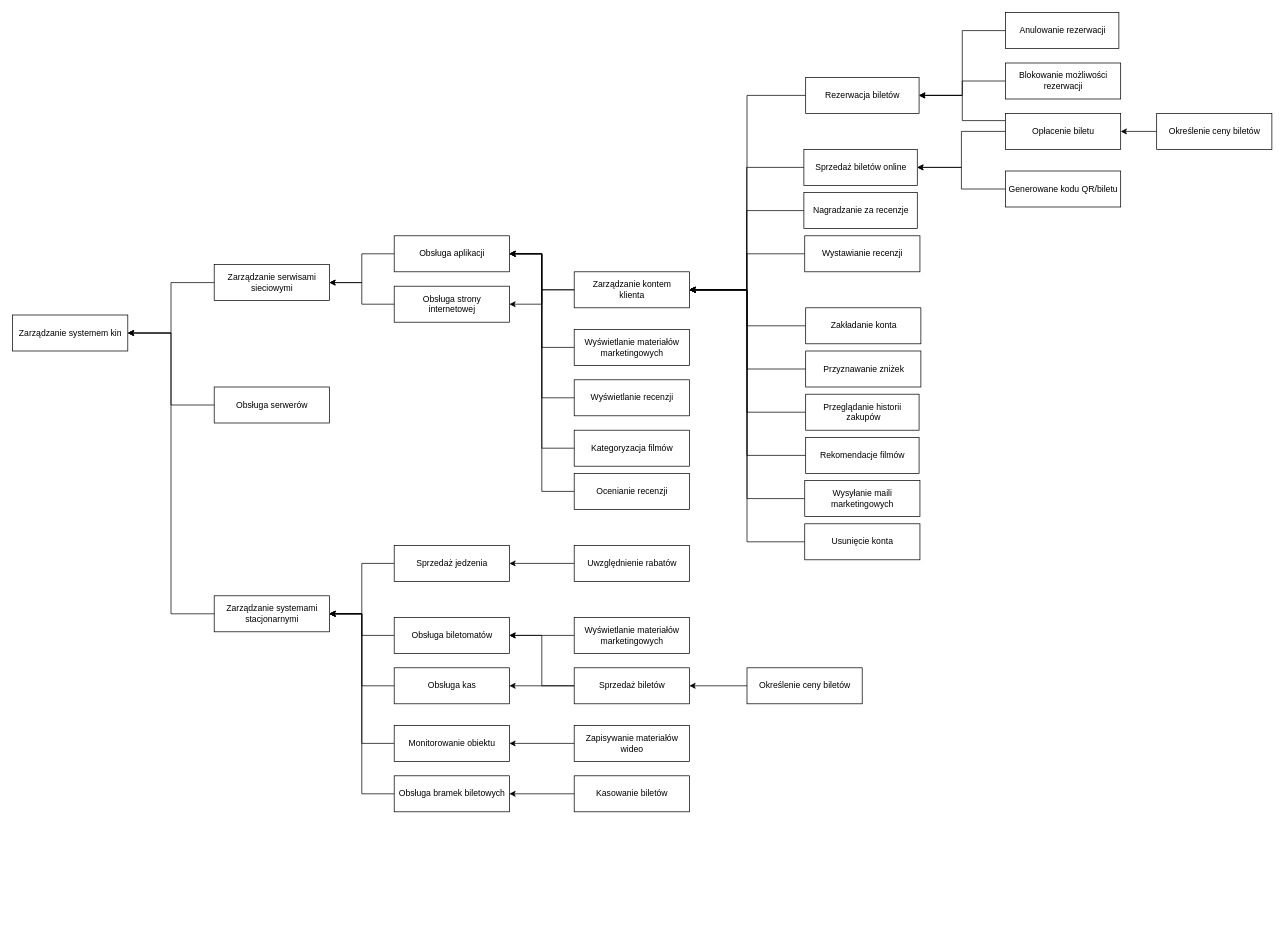
Above: page "Wymagania formalne" (4 of 4) of Model_otoczenia.drawio in MateuszKochanski/IPR (draw.io), before the change. Source tidied: cells renumbered, new cells numbered last; positions are measured from the earlier drawing's top-left corner, leaving out a move shared by most shapes. Both pictures are drawn from the tidied source at 72%, with x=0, y=0 at pixel (12, 12).
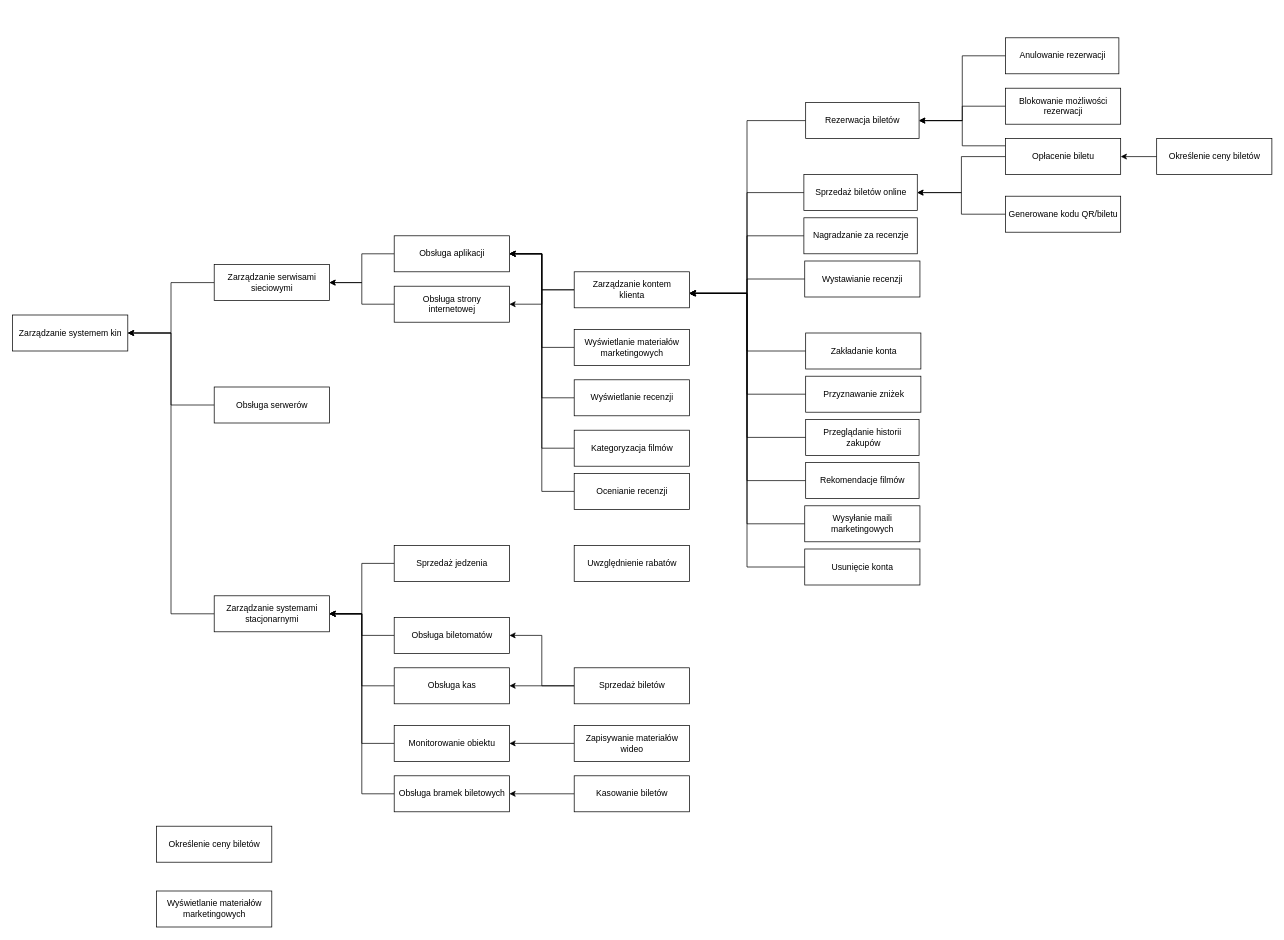
The same diagram, later.

Unchanged cells that the change refers to:
```xml
<mxCell id="7" value="Sprzedaż jedzenia" style="html=1;" parent="1" vertex="1">
  <mxGeometry x="530" y="740" width="160" height="50" as="geometry" />
</mxCell>
<mxCell id="44" value="Zarządzanie kontem&lt;br&gt;klienta" style="html=1;" parent="1" vertex="1">
  <mxGeometry x="780" y="360" width="160" height="50" as="geometry" />
</mxCell>
<mxCell id="49" value="Sprzedaż biletów" style="html=1;" parent="1" vertex="1">
  <mxGeometry x="780" y="910" width="160" height="50" as="geometry" />
</mxCell>
<mxCell id="51" value="Uwzględnienie rabatów" style="html=1;" parent="1" vertex="1">
  <mxGeometry x="780" y="740" width="160" height="50" as="geometry" />
</mxCell>
<mxCell id="61" value="Obsługa biletomatów" style="html=1;" parent="1" vertex="1">
  <mxGeometry x="530" y="840" width="160" height="50" as="geometry" />
</mxCell>
```

Change to the diagram source:
```diff
@@
-    <mxCell id="2" style="edgeStyle=orthogonalEdgeStyle;rounded=0;jettySize=auto;html=1;entryX=1;entryY=0.5;entryDx=0;entryDy=0;" parent="1" edge="1" source="3" target="44">
-      <mxGeometry relative="1" as="geometry" />
+    <mxCell id="2" style="edgeStyle=orthogonalEdgeStyle;rounded=0;jettySize=auto;html=1;" parent="1" edge="1" source="3">
+      <mxGeometry relative="1" as="geometry">
+        <mxPoint x="940" y="390" as="targetPoint" />
+        <Array as="points">
+          <mxPoint x="1020" y="250" />
+          <mxPoint x="1020" y="390" />
+          <mxPoint x="940" y="390" />
+        </Array>
+      </mxGeometry>
     </mxCell>
     <mxCell id="3" value="Sprzedaż biletów online" style="html=1;" parent="1" vertex="1">
-      <mxGeometry x="1099" y="190" width="157.5" height="50" as="geometry" />
+      <mxGeometry x="1099" y="225" width="157.5" height="50" as="geometry" />
     </mxCell>
-    <mxCell id="4" style="edgeStyle=orthogonalEdgeStyle;rounded=0;jettySize=auto;html=1;entryX=1;entryY=0.5;entryDx=0;entryDy=0;" parent="1" edge="1" source="5" target="44">
+    <mxCell id="4" style="edgeStyle=orthogonalEdgeStyle;rounded=0;jettySize=auto;html=1;" parent="1" edge="1" source="5">
       <mxGeometry relative="1" as="geometry">
+        <mxPoint x="940" y="390" as="targetPoint" />
         <Array as="points">
-          <mxPoint x="1020" y="335" />
-          <mxPoint x="1020" y="385" />
+          <mxPoint x="1020" y="370" />
+          <mxPoint x="1020" y="390" />
+          <mxPoint x="940" y="390" />
         </Array>
       </mxGeometry>
     </mxCell>
     <mxCell id="5" value="Wystawianie recenzji" style="html=1;" parent="1" vertex="1">
-      <mxGeometry x="1100.2" y="310" width="160" height="50" as="geometry" />
+      <mxGeometry x="1100.2" y="345" width="160" height="50" as="geometry" />
     </mxCell>
@@
-    <mxCell id="12" style="edgeStyle=orthogonalEdgeStyle;rounded=0;jettySize=auto;html=1;entryX=1;entryY=0.5;entryDx=0;entryDy=0;" parent="1" edge="1" source="13" target="44">
+    <mxCell id="12" style="edgeStyle=orthogonalEdgeStyle;rounded=0;jettySize=auto;html=1;" parent="1" edge="1" source="13">
       <mxGeometry relative="1" as="geometry">
+        <mxPoint x="940" y="390" as="targetPoint" />
         <Array as="points">
-          <mxPoint x="1020" y="115" />
-          <mxPoint x="1020" y="385" />
+          <mxPoint x="1020" y="150" />
+          <mxPoint x="1020" y="390" />
+          <mxPoint x="940" y="390" />
         </Array>
       </mxGeometry>
     </mxCell>
     <mxCell id="13" value="Rezerwacja biletów" style="html=1;" parent="1" vertex="1">
-      <mxGeometry x="1101.5" y="90" width="157.5" height="50" as="geometry" />
+      <mxGeometry x="1101.5" y="125" width="157.5" height="50" as="geometry" />
     </mxCell>
-    <mxCell id="14" style="edgeStyle=orthogonalEdgeStyle;rounded=0;jettySize=auto;html=1;entryX=1;entryY=0.5;entryDx=0;entryDy=0;" parent="1" edge="1" source="15" target="44">
+    <mxCell id="14" style="edgeStyle=orthogonalEdgeStyle;rounded=0;jettySize=auto;html=1;" parent="1" edge="1" source="15">
       <mxGeometry relative="1" as="geometry">
+        <mxPoint x="940" y="390" as="targetPoint" />
         <Array as="points">
-          <mxPoint x="1020" y="555" />
-          <mxPoint x="1020" y="385" />
+          <mxPoint x="1020" y="590" />
+          <mxPoint x="1020" y="390" />
+          <mxPoint x="940" y="390" />
         </Array>
       </mxGeometry>
     </mxCell>
     <mxCell id="15" value="Przeglądanie historii&lt;br&gt;&amp;nbsp;zakupów" style="html=1;" parent="1" vertex="1">
-      <mxGeometry x="1101.5" y="530" width="157.5" height="50" as="geometry" />
+      <mxGeometry x="1101.5" y="565" width="157.5" height="50" as="geometry" />
     </mxCell>
-    <mxCell id="16" style="edgeStyle=orthogonalEdgeStyle;rounded=0;jettySize=auto;html=1;entryX=1;entryY=0.5;entryDx=0;entryDy=0;" parent="1" edge="1" source="17" target="44">
+    <mxCell id="16" style="edgeStyle=orthogonalEdgeStyle;rounded=0;jettySize=auto;html=1;" parent="1" edge="1" source="17">
       <mxGeometry relative="1" as="geometry">
+        <mxPoint x="940" y="390" as="targetPoint" />
         <Array as="points">
-          <mxPoint x="1020" y="615" />
-          <mxPoint x="1020" y="385" />
+          <mxPoint x="1020" y="650" />
+          <mxPoint x="1020" y="390" />
+          <mxPoint x="940" y="390" />
         </Array>
       </mxGeometry>
     </mxCell>
     <mxCell id="17" value="Rekomendacje filmów" style="html=1;" parent="1" vertex="1">
-      <mxGeometry x="1101.5" y="590" width="157.5" height="50" as="geometry" />
+      <mxGeometry x="1101.5" y="625" width="157.5" height="50" as="geometry" />
     </mxCell>
-    <mxCell id="18" style="edgeStyle=orthogonalEdgeStyle;rounded=0;jettySize=auto;html=1;entryX=1;entryY=0.5;entryDx=0;entryDy=0;" parent="1" edge="1" source="19" target="44">
+    <mxCell id="18" style="edgeStyle=orthogonalEdgeStyle;rounded=0;jettySize=auto;html=1;" parent="1" edge="1" source="19">
       <mxGeometry relative="1" as="geometry">
+        <mxPoint x="940" y="390" as="targetPoint" />
         <Array as="points">
-          <mxPoint x="1020" y="675" />
-          <mxPoint x="1020" y="385" />
+          <mxPoint x="1020" y="710" />
+          <mxPoint x="1020" y="390" />
+          <mxPoint x="940" y="390" />
         </Array>
       </mxGeometry>
     </mxCell>
     <mxCell id="19" value="Wysyłanie maili &lt;br&gt;marketingowych" style="html=1;" parent="1" vertex="1">
-      <mxGeometry x="1100.2" y="650" width="160" height="50" as="geometry" />
+      <mxGeometry x="1100.2" y="685" width="160" height="50" as="geometry" />
     </mxCell>
-    <mxCell id="20" style="edgeStyle=orthogonalEdgeStyle;rounded=0;jettySize=auto;html=1;entryX=1;entryY=0.5;entryDx=0;entryDy=0;" parent="1" edge="1" source="21" target="44">
-      <mxGeometry relative="1" as="geometry" />
+    <mxCell id="20" style="edgeStyle=orthogonalEdgeStyle;rounded=0;jettySize=auto;html=1;" parent="1" edge="1" source="21">
+      <mxGeometry relative="1" as="geometry">
+        <mxPoint x="940" y="390" as="targetPoint" />
+        <Array as="points">
+          <mxPoint x="1020" y="310" />
+          <mxPoint x="1020" y="390" />
+          <mxPoint x="940" y="390" />
+        </Array>
+      </mxGeometry>
     </mxCell>
     <mxCell id="21" value="Nagradzanie za recenzje" style="html=1;" parent="1" vertex="1">
-      <mxGeometry x="1099" y="250" width="157.5" height="50" as="geometry" />
+      <mxGeometry x="1099" y="285" width="157.5" height="50" as="geometry" />
     </mxCell>
-    <mxCell id="22" style="edgeStyle=orthogonalEdgeStyle;rounded=0;jettySize=auto;html=1;entryX=1;entryY=0.5;entryDx=0;entryDy=0;" parent="1" edge="1" source="23" target="44">
+    <mxCell id="22" style="edgeStyle=orthogonalEdgeStyle;rounded=0;jettySize=auto;html=1;" parent="1" edge="1" source="23">
       <mxGeometry relative="1" as="geometry">
+        <mxPoint x="940" y="390" as="targetPoint" />
         <Array as="points">
-          <mxPoint x="1020" y="495" />
-          <mxPoint x="1020" y="385" />
+          <mxPoint x="1020" y="530" />
+          <mxPoint x="1020" y="390" />
+          <mxPoint x="940" y="390" />
         </Array>
       </mxGeometry>
     </mxCell>
     <mxCell id="23" value="Przyznawanie zniżek" style="html=1;" parent="1" vertex="1">
-      <mxGeometry x="1101.5" y="470" width="160" height="50" as="geometry" />
+      <mxGeometry x="1101.5" y="505" width="160" height="50" as="geometry" />
     </mxCell>
@@
     <mxCell id="25" value="Określenie ceny biletów" style="html=1;" parent="1" vertex="1">
-      <mxGeometry x="1589" y="140" width="160" height="50" as="geometry" />
+      <mxGeometry x="1589" y="175" width="160" height="50" as="geometry" />
     </mxCell>
@@
-    <mxCell id="28" style="edgeStyle=orthogonalEdgeStyle;rounded=0;jettySize=auto;html=1;entryX=1;entryY=0.5;entryDx=0;entryDy=0;" parent="1" edge="1" source="29" target="44">
+    <mxCell id="28" style="edgeStyle=orthogonalEdgeStyle;rounded=0;jettySize=auto;html=1;entryX=1.006;entryY=0.595;entryDx=0;entryDy=0;entryPerimeter=0;" parent="1" edge="1" source="29" target="44">
       <mxGeometry relative="1" as="geometry">
         <Array as="points">
-          <mxPoint x="1020" y="435" />
-          <mxPoint x="1020" y="385" />
+          <mxPoint x="1020" y="470" />
+          <mxPoint x="1020" y="390" />
+          <mxPoint x="940" y="390" />
         </Array>
       </mxGeometry>
     </mxCell>
     <mxCell id="29" value="Zakładanie konta" style="html=1;" parent="1" vertex="1">
-      <mxGeometry x="1101.5" y="410" width="160" height="50" as="geometry" />
+      <mxGeometry x="1101.5" y="445" width="160" height="50" as="geometry" />
     </mxCell>
     <mxCell id="30" style="edgeStyle=orthogonalEdgeStyle;rounded=0;jettySize=auto;html=1;entryX=1;entryY=0.5;entryDx=0;entryDy=0;" parent="1" edge="1" source="32" target="13">
       <mxGeometry relative="1" as="geometry">
         <Array as="points">
+          <mxPoint x="1319" y="185" />
           <mxPoint x="1319" y="150" />
-          <mxPoint x="1319" y="115" />
         </Array>
       </mxGeometry>
     </mxCell>
@@
     <mxCell id="32" value="Opłacenie biletu" style="html=1;" parent="1" vertex="1">
-      <mxGeometry x="1379" y="140" width="160" height="50" as="geometry" />
+      <mxGeometry x="1379" y="175" width="160" height="50" as="geometry" />
     </mxCell>
@@
     <mxCell id="34" value="Anulowanie rezerwacji" style="html=1;" parent="1" vertex="1">
-      <mxGeometry x="1379" width="157.5" height="50" as="geometry" />
+      <mxGeometry x="1379" y="35" width="157.5" height="50" as="geometry" />
     </mxCell>
@@
     <mxCell id="36" value="Blokowanie możliwości &lt;br&gt;rezerwacji" style="html=1;" parent="1" vertex="1">
-      <mxGeometry x="1379" y="70" width="160" height="50" as="geometry" />
+      <mxGeometry x="1379" y="105" width="160" height="50" as="geometry" />
     </mxCell>
@@
     <mxCell id="38" value="Generowane kodu QR/biletu" style="html=1;" parent="1" vertex="1">
-      <mxGeometry x="1379" y="220" width="160" height="50" as="geometry" />
+      <mxGeometry x="1379" y="255" width="160" height="50" as="geometry" />
     </mxCell>
@@
-    <mxCell id="50" style="edgeStyle=orthogonalEdgeStyle;rounded=0;jettySize=auto;html=1;" parent="1" edge="1" source="51" target="7">
-      <mxGeometry relative="1" as="geometry" />
-    </mxCell>
@@
-    <mxCell id="62" style="edgeStyle=orthogonalEdgeStyle;rounded=0;jettySize=auto;html=1;entryX=1;entryY=0.5;entryDx=0;entryDy=0;" parent="1" edge="1" source="63" target="61">
-      <mxGeometry relative="1" as="geometry" />
-    </mxCell>
     <mxCell id="63" value="Wyświetlanie materiałów &lt;br&gt;marketingowych" style="html=1;" parent="1" vertex="1">
-      <mxGeometry x="780" y="840" width="160" height="50" as="geometry" />
+      <mxGeometry x="200" y="1220" width="160" height="50" as="geometry" />
     </mxCell>
@@
-    <mxCell id="66" style="edgeStyle=orthogonalEdgeStyle;rounded=0;jettySize=auto;html=1;entryX=1;entryY=0.5;entryDx=0;entryDy=0;" parent="1" edge="1" source="67" target="49">
-      <mxGeometry relative="1" as="geometry" />
-    </mxCell>
     <mxCell id="67" value="Określenie ceny biletów" style="html=1;" parent="1" vertex="1">
-      <mxGeometry x="1020" y="910" width="160" height="50" as="geometry" />
+      <mxGeometry x="200" y="1130" width="160" height="50" as="geometry" />
     </mxCell>
@@
-    <mxCell id="74" style="edgeStyle=orthogonalEdgeStyle;rounded=0;jettySize=auto;html=1;entryX=1;entryY=0.5;entryDx=0;entryDy=0;" parent="1" edge="1" source="75" target="44">
+    <mxCell id="74" style="edgeStyle=orthogonalEdgeStyle;rounded=0;jettySize=auto;html=1;" parent="1" edge="1" source="75">
       <mxGeometry relative="1" as="geometry">
+        <mxPoint x="940" y="390" as="targetPoint" />
         <Array as="points">
-          <mxPoint x="1020" y="735" />
-          <mxPoint x="1020" y="385" />
+          <mxPoint x="1020" y="770" />
+          <mxPoint x="1020" y="390" />
+          <mxPoint x="940" y="390" />
         </Array>
       </mxGeometry>
     </mxCell>
     <mxCell id="75" value="Usunięcie konta" style="html=1;" parent="1" vertex="1">
-      <mxGeometry x="1100.2" y="710" width="160" height="50" as="geometry" />
+      <mxGeometry x="1100.2" y="745" width="160" height="50" as="geometry" />
     </mxCell>
```
